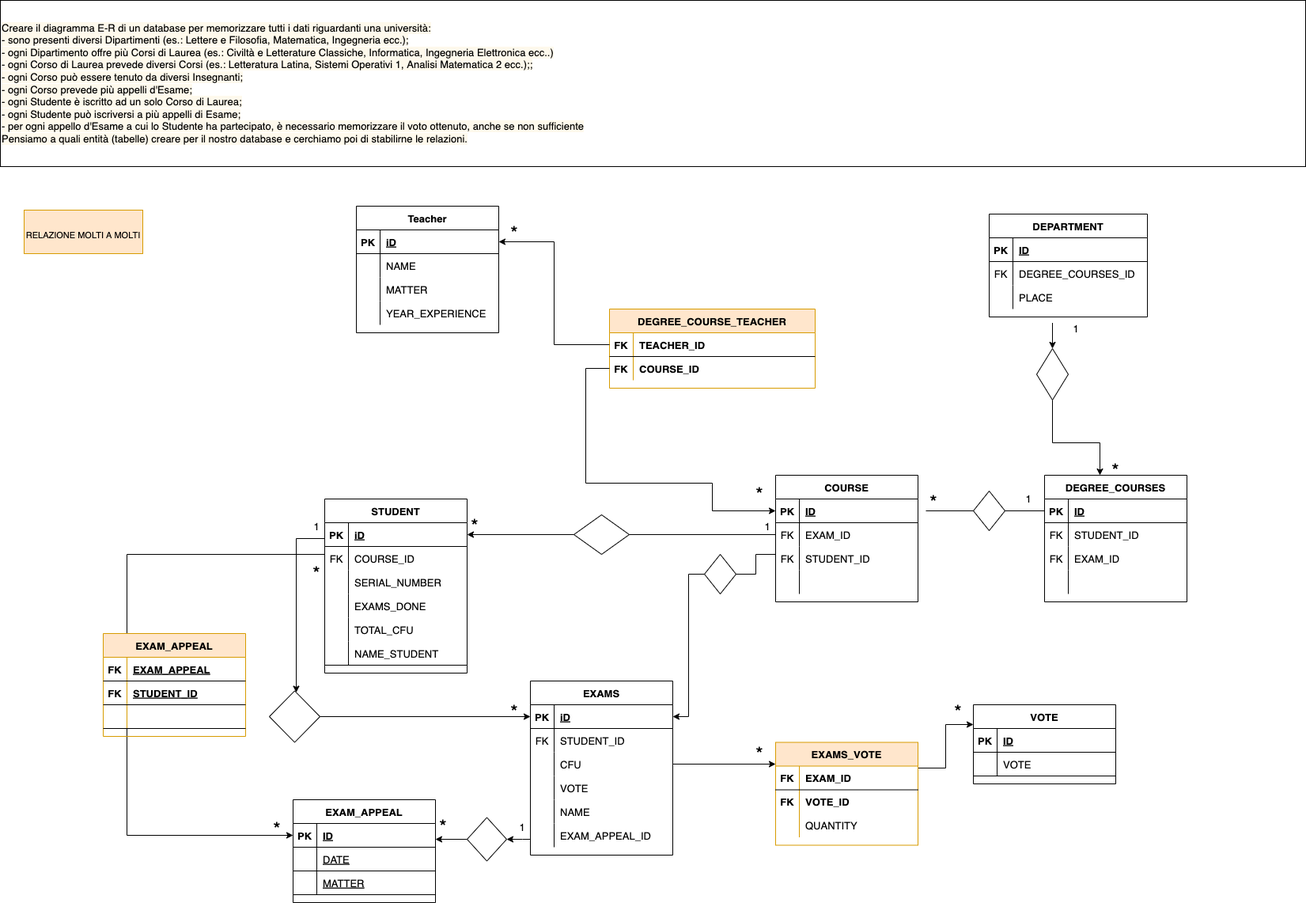
The draw.io diagram db-university.png in codeMatt91/db-university, before a commit. Source tidied: cells renumbered, new cells last; positions are measured from the earlier drawing's top-left corner, leaving out a move shared by most shapes.
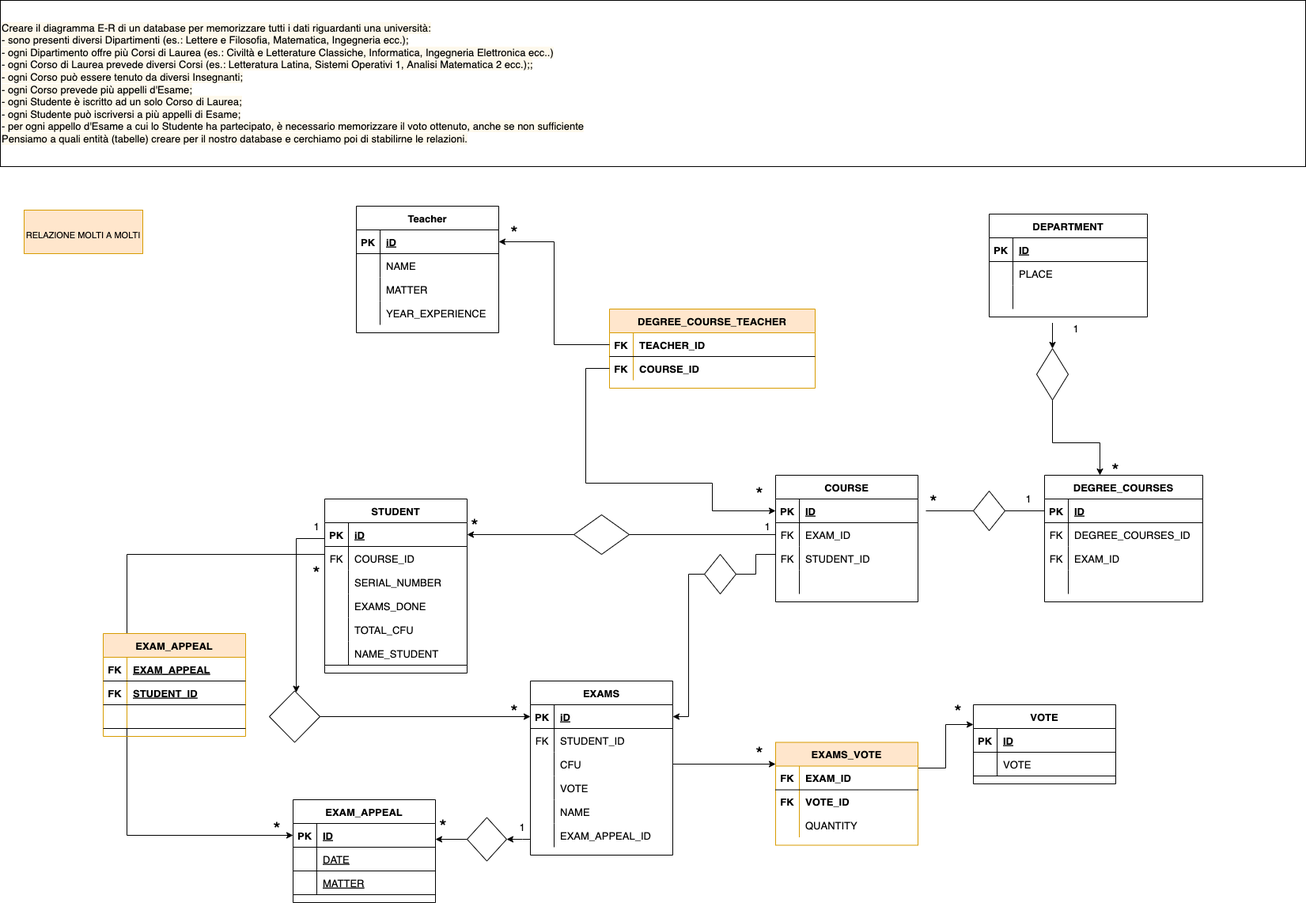
Above is the later version.

Diff of the diagram source:
```diff
@@ -59,10 +59,10 @@
     <mxCell id="20" style="shape=tableRow;horizontal=0;startSize=0;swimlaneHead=0;swimlaneBody=0;fillColor=none;top=0;left=0;right=0;bottom=0;fontFamily=Helvetica;fontSize=13;fontColor=#000000;" parent="16" vertex="1">
       <mxGeometry y="60" width="200" height="30" as="geometry" />
     </mxCell>
-    <mxCell id="21" value="FK" style="shape=partialRectangle;fillColor=none;top=0;left=0;bottom=0;right=0;overflow=hidden;fontFamily=Helvetica;fontSize=13;fontColor=#000000;" parent="20" vertex="1">
+    <mxCell id="21" style="shape=partialRectangle;fillColor=none;top=0;left=0;bottom=0;right=0;overflow=hidden;fontFamily=Helvetica;fontSize=13;fontColor=#000000;" parent="20" vertex="1">
       <mxGeometry width="30" height="30" as="geometry" />
     </mxCell>
-    <mxCell id="22" value="DEGREE_COURSES_ID" style="shape=partialRectangle;fillColor=none;top=0;left=0;bottom=0;right=0;align=left;spacingLeft=6;overflow=hidden;fontFamily=Helvetica;fontSize=13;fontColor=#000000;" parent="20" vertex="1">
+    <mxCell id="22" value="PLACE" style="shape=partialRectangle;fillColor=none;top=0;left=0;bottom=0;right=0;align=left;spacingLeft=6;overflow=hidden;fontFamily=Helvetica;fontSize=13;fontColor=#000000;" parent="20" vertex="1">
       <mxGeometry x="30" width="170" height="30" as="geometry" />
     </mxCell>
     <mxCell id="23" style="shape=tableRow;horizontal=0;startSize=0;swimlaneHead=0;swimlaneBody=0;fillColor=none;top=0;left=0;right=0;bottom=0;fontFamily=Helvetica;fontSize=13;fontColor=#000000;" parent="16" vertex="1">
@@ -71,7 +71,7 @@
     <mxCell id="24" style="shape=partialRectangle;fillColor=none;top=0;left=0;bottom=0;right=0;overflow=hidden;fontFamily=Helvetica;fontSize=13;fontColor=#000000;" parent="23" vertex="1">
       <mxGeometry width="30" height="30" as="geometry" />
     </mxCell>
-    <mxCell id="25" value="PLACE" style="shape=partialRectangle;fillColor=none;top=0;left=0;bottom=0;right=0;align=left;spacingLeft=6;overflow=hidden;fontFamily=Helvetica;fontSize=13;fontColor=#000000;" parent="23" vertex="1">
+    <mxCell id="25" style="shape=partialRectangle;fillColor=none;top=0;left=0;bottom=0;right=0;align=left;spacingLeft=6;overflow=hidden;fontFamily=Helvetica;fontSize=13;fontColor=#000000;" parent="23" vertex="1">
       <mxGeometry x="30" width="170" height="30" as="geometry" />
     </mxCell>
     <mxCell id="26" style="line;strokeWidth=1;dashed=0;labelPosition=right;align=left;verticalAlign=middle;spacingTop=0;spacingLeft=6;fontFamily=Helvetica;fontSize=13;fontColor=#000000;" parent="1" vertex="1">
@@ -319,43 +319,43 @@
       <mxGeometry x="30" width="150" height="30" as="geometry" />
     </mxCell>
     <mxCell id="98" value="DEGREE_COURSES" style="shape=table;startSize=30;rowLines=0;fontStyle=1;align=center;fontFamily=Helvetica;fontSize=13;fontColor=#000000;" parent="1" vertex="1">
-      <mxGeometry x="1320" y="600" width="180" height="160" as="geometry" />
+      <mxGeometry x="1320" y="600" width="200" height="160" as="geometry" />
     </mxCell>
     <mxCell id="99" style="shape=tableRow;horizontal=0;startSize=0;swimlaneHead=0;swimlaneBody=0;fillColor=none;top=0;left=0;right=0;bottom=1;fontFamily=Helvetica;fontSize=13;fontColor=#000000;" parent="98" vertex="1">
-      <mxGeometry y="30" width="180" height="30" as="geometry" />
+      <mxGeometry y="30" width="200" height="30" as="geometry" />
     </mxCell>
     <mxCell id="100" value="PK" style="shape=partialRectangle;fillColor=none;top=0;left=0;bottom=0;right=0;fontStyle=1;overflow=hidden;fontFamily=Helvetica;fontSize=13;fontColor=#000000;" parent="99" vertex="1">
       <mxGeometry width="30" height="30" as="geometry" />
     </mxCell>
     <mxCell id="101" value="ID" style="shape=partialRectangle;fillColor=none;top=0;left=0;bottom=0;right=0;align=left;spacingLeft=6;fontStyle=5;overflow=hidden;fontFamily=Helvetica;fontSize=13;fontColor=#000000;" parent="99" vertex="1">
-      <mxGeometry x="30" width="150" height="30" as="geometry" />
+      <mxGeometry x="30" width="170" height="30" as="geometry" />
     </mxCell>
     <mxCell id="102" style="shape=tableRow;horizontal=0;startSize=0;swimlaneHead=0;swimlaneBody=0;fillColor=none;top=0;left=0;right=0;bottom=0;fontFamily=Helvetica;fontSize=13;fontColor=#000000;" parent="98" vertex="1">
-      <mxGeometry y="60" width="180" height="30" as="geometry" />
+      <mxGeometry y="60" width="200" height="30" as="geometry" />
     </mxCell>
     <mxCell id="103" value="FK" style="shape=partialRectangle;fillColor=none;top=0;left=0;bottom=0;right=0;overflow=hidden;fontFamily=Helvetica;fontSize=13;fontColor=#000000;" parent="102" vertex="1">
       <mxGeometry width="30" height="30" as="geometry" />
     </mxCell>
-    <mxCell id="104" value="STUDENT_ID" style="shape=partialRectangle;fillColor=none;top=0;left=0;bottom=0;right=0;align=left;spacingLeft=6;overflow=hidden;fontFamily=Helvetica;fontSize=13;fontColor=#000000;" parent="102" vertex="1">
-      <mxGeometry x="30" width="150" height="30" as="geometry" />
+    <mxCell id="104" value="DEGREE_COURSES_ID" style="shape=partialRectangle;fillColor=none;top=0;left=0;bottom=0;right=0;align=left;spacingLeft=6;overflow=hidden;fontFamily=Helvetica;fontSize=13;fontColor=#000000;" parent="102" vertex="1">
+      <mxGeometry x="30" width="170" height="30" as="geometry" />
     </mxCell>
     <mxCell id="105" style="shape=tableRow;horizontal=0;startSize=0;swimlaneHead=0;swimlaneBody=0;fillColor=none;top=0;left=0;right=0;bottom=0;fontFamily=Helvetica;fontSize=13;fontColor=#000000;" parent="98" vertex="1">
-      <mxGeometry y="90" width="180" height="30" as="geometry" />
+      <mxGeometry y="90" width="200" height="30" as="geometry" />
     </mxCell>
     <mxCell id="106" value="FK" style="shape=partialRectangle;fillColor=none;top=0;left=0;bottom=0;right=0;overflow=hidden;fontFamily=Helvetica;fontSize=13;fontColor=#000000;" parent="105" vertex="1">
       <mxGeometry width="30" height="30" as="geometry" />
     </mxCell>
     <mxCell id="107" value="EXAM_ID" style="shape=partialRectangle;fillColor=none;top=0;left=0;bottom=0;right=0;align=left;spacingLeft=6;overflow=hidden;fontFamily=Helvetica;fontSize=13;fontColor=#000000;" parent="105" vertex="1">
-      <mxGeometry x="30" width="150" height="30" as="geometry" />
+      <mxGeometry x="30" width="170" height="30" as="geometry" />
     </mxCell>
     <mxCell id="108" style="shape=tableRow;horizontal=0;startSize=0;swimlaneHead=0;swimlaneBody=0;fillColor=none;top=0;left=0;right=0;bottom=0;fontFamily=Helvetica;fontSize=13;fontColor=#000000;" parent="98" vertex="1">
-      <mxGeometry y="120" width="180" height="30" as="geometry" />
+      <mxGeometry y="120" width="200" height="30" as="geometry" />
     </mxCell>
     <mxCell id="109" style="shape=partialRectangle;fillColor=none;top=0;left=0;bottom=0;right=0;overflow=hidden;fontFamily=Helvetica;fontSize=13;fontColor=#000000;" parent="108" vertex="1">
       <mxGeometry width="30" height="30" as="geometry" />
     </mxCell>
     <mxCell id="110" style="shape=partialRectangle;fillColor=none;top=0;left=0;bottom=0;right=0;align=left;spacingLeft=6;overflow=hidden;fontFamily=Helvetica;fontSize=13;fontColor=#000000;" parent="108" vertex="1">
-      <mxGeometry x="30" width="150" height="30" as="geometry" />
+      <mxGeometry x="30" width="170" height="30" as="geometry" />
     </mxCell>
     <mxCell id="111" value="&lt;font style=&quot;font-size: 24px&quot;&gt;*&lt;/font&gt;" style="text;html=1;strokeColor=none;fillColor=none;align=center;verticalAlign=middle;whiteSpace=wrap;rounded=0;fontFamily=Helvetica;fontSize=13;fontColor=#000000;" parent="1" vertex="1">
       <mxGeometry x="1380" y="580" width="60" height="30" as="geometry" />
```
